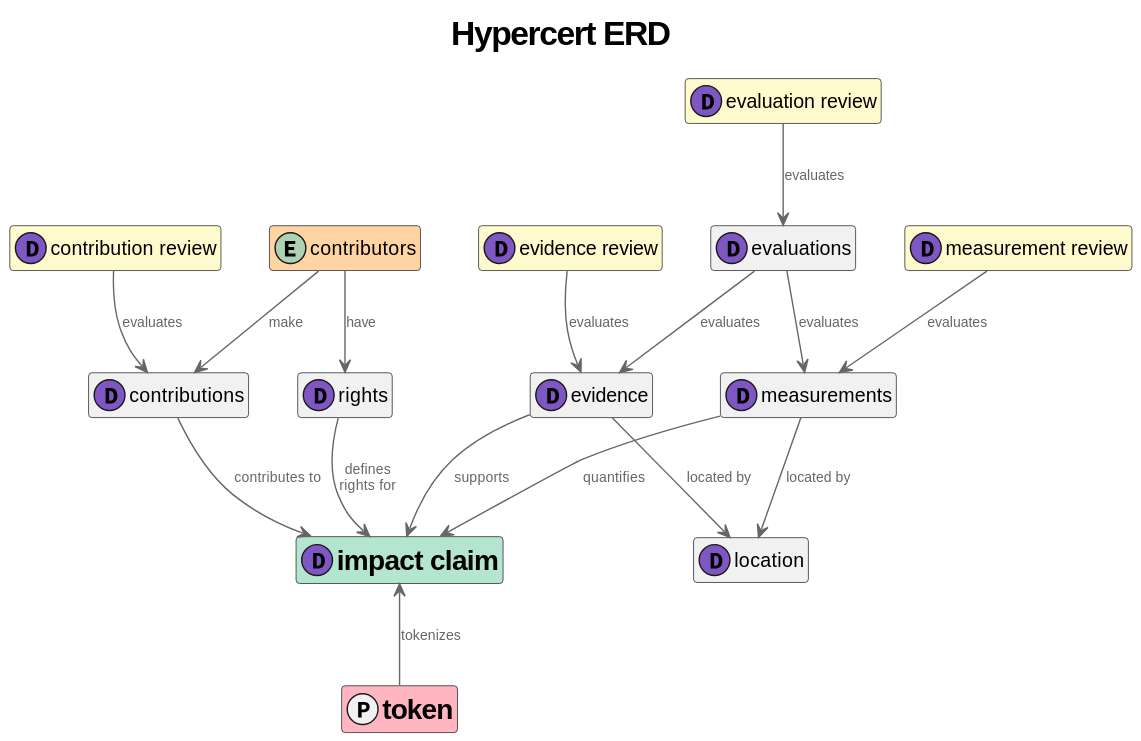
aspiers/hypercerts-lexicon keeps this PlantUML diagram as ERD.svg. Above is the earlier version. Its diagram source:
```plantuml
@startuml
title "Hypercert ERD"

hide empty fields
hide empty methods
hide stereotypes

!define REVIEW_COLOR #FFFACD
!define ARROW_COLOR #666666

<style>
document {
    title {
        FontSize 24
        FontStyle bold
    }
}
classDiagram {
    arrow {
        LineColor ARROW_COLOR
        FontColor ARROW_COLOR
        FontSize 10
    }
    .largeBold {
        FontSize 20
        FontStyle bold
    }
}
</style>

entity contributors #FFD4A3
dataclass "impact claim" as claim <<largeBold>> #B4E5D0
dataclass evidence
dataclass measurements
dataclass evaluations
dataclass contributions
dataclass location
dataclass rights
dataclass "evidence review" as review_evidence #FFFACD
dataclass "measurement review" as review_measurement #FFFACD
dataclass "evaluation review" as review_evaluation #FFFACD
dataclass "contribution review" as review_contribution #FFFACD
protocol token <<largeBold>> #FFB6C1

evidence --> claim : supports
measurements --> claim : quantifies
measurements --> location : located by
evidence --> location : located by
evaluations --> evidence : evaluates
evaluations --> measurements : evaluates
rights --> claim : defines\nrights for
claim <-- token : tokenizes
contributors --> contributions : make
contributors --> rights : have
contributions --> claim : contributes to
review_evidence --> evidence : evaluates
review_measurement --> measurements : evaluates
review_evaluation --> evaluations : evaluates
review_contribution --> contributions : evaluates
@enduml
```
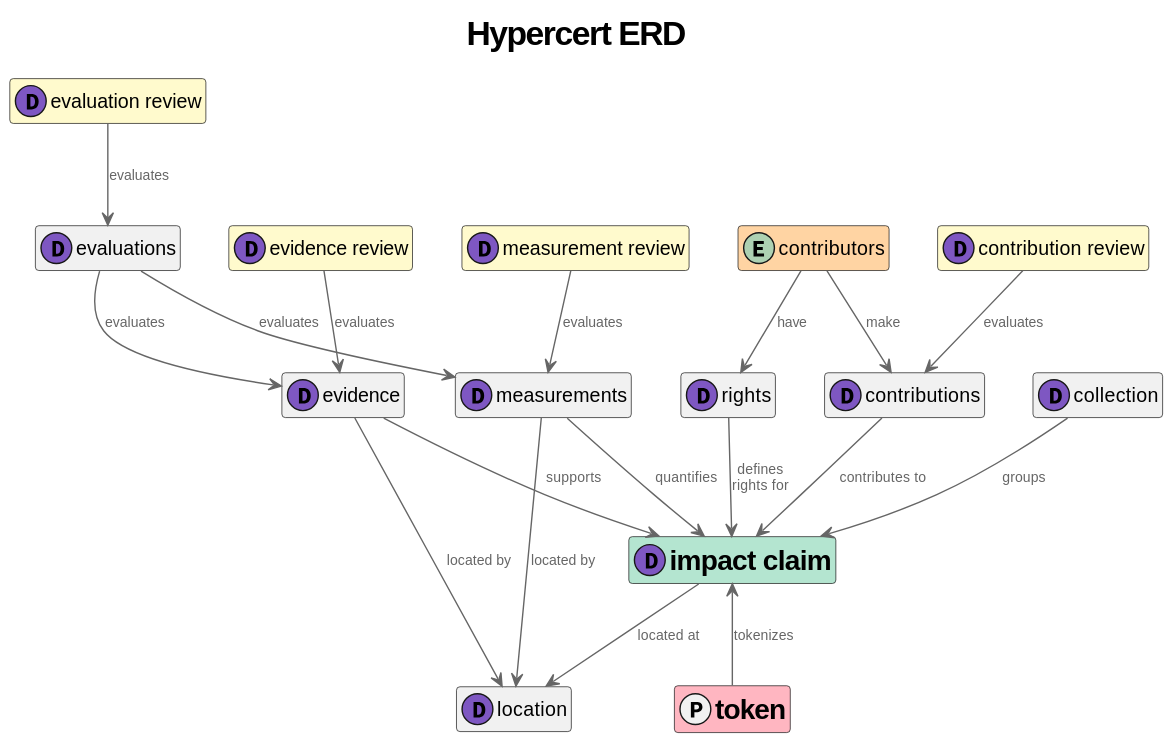
After the change.

Commit message:
add collection lexicon to ERD

What changed in the source:
```diff
@@ -36,6 +36,7 @@
 dataclass contributions
 dataclass location
 dataclass rights
+dataclass collection
 dataclass "evidence review" as review_evidence #FFFACD
 dataclass "measurement review" as review_measurement #FFFACD
 dataclass "evaluation review" as review_evaluation #FFFACD
@@ -53,6 +54,8 @@
 contributors --> contributions : make
 contributors --> rights : have
 contributions --> claim : contributes to
+claim --> location : located at
+collection --> claim : groups
 review_evidence --> evidence : evaluates
 review_measurement --> measurements : evaluates
 review_evaluation --> evaluations : evaluates
```
